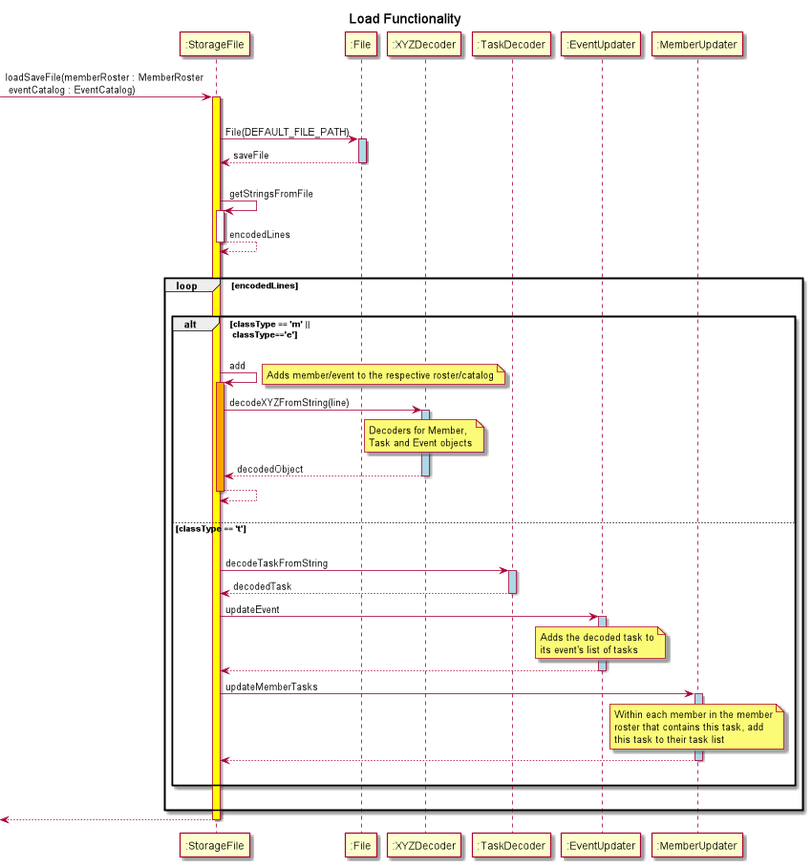
This is docs/images/LoadDiagram.png from nus-cs2113-AY2122S1/tp, a PlantUML export, as it was before one commit. Its diagram source:
```plantuml
@startuml
title Load Functionality

-> ":StorageFile": loadSaveFile(memberRoster : MemberRoster\n eventCatalog : EventCatalog)
activate ":StorageFile" #yellow
|||
":StorageFile" -> ":File" : File(DEFAULT_FILE_PATH)
activate ":File" #lightblue
return saveFile
|||
":StorageFile" -> ":StorageFile" : getStringsFromFile
activate ":StorageFile"
return encodedLines
|||
loop encodedLines
|||
    alt classType == 'm' ||\n classType=='e'
    |||
        ":StorageFile" -> ":StorageFile": add
        note right: Adds member/event to the respective roster/catalog
        activate ":StorageFile" #orange

        ":StorageFile"-> ":XYZDecoder": decodeXYZFromString(line)
        activate ":XYZDecoder" #lightblue
        note over ":XYZDecoder": Decoders for Member,\nTask and Event objects
        return decodedObject

        return
    |||
    else classType == 't'
    |||
        ":StorageFile" -> ":TaskDecoder": decodeTaskFromString
        activate ":TaskDecoder" #lightblue
        return decodedTask

        ":StorageFile" -> ":EventUpdater": updateEvent
        activate ":EventUpdater" #lightblue
        note over ":EventUpdater": Adds the decoded task to\nits event's list of tasks
        return

        ":StorageFile" -> ":MemberUpdater": updateMemberTasks
        activate ":MemberUpdater" #lightblue
        note over ":MemberUpdater": Within each member in the member\nroster that contains this task, add\nthis task to their task list
        return
    |||
    end
    |||
end
return
@enduml
```
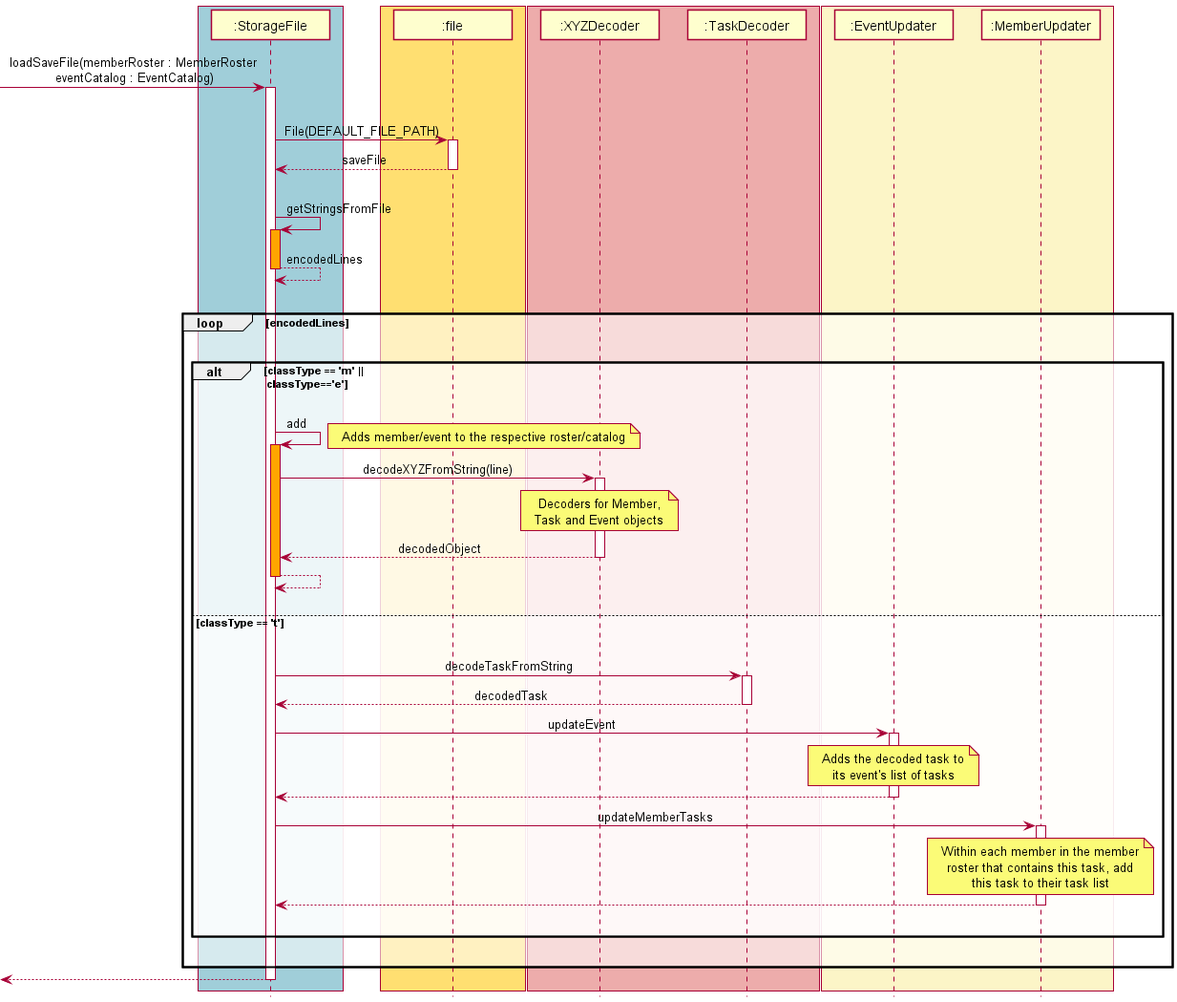
After the change.

What changed in the source:
```diff
@@ -1,46 +1,60 @@
 @startuml
-title Load Functionality
+!include style.puml
+box STORAGE_COLOR
+Participant ":StorageFile" as Storage
+end box
+box FILE_COLOR
+Participant ":file" as File
+end box
+box LOGIC_COLOR
+Participant ":XYZDecoder" as XYZDecoder
+Participant ":TaskDecoder" as TaskDecoder
+end box
+box DUKE_COLOR
+Participant ":EventUpdater" as EventUpdater
+Participant ":MemberUpdater" as MemberUpdater
+end box
 
--> ":StorageFile": loadSaveFile(memberRoster : MemberRoster\n eventCatalog : EventCatalog)
-activate ":StorageFile" #yellow
+-> Storage: loadSaveFile(memberRoster : MemberRoster\n eventCatalog : EventCatalog)
+activate Storage
 |||
-":StorageFile" -> ":File" : File(DEFAULT_FILE_PATH)
-activate ":File" #lightblue
+Storage -> File : File(DEFAULT_FILE_PATH)
+activate File
 return saveFile
 |||
-":StorageFile" -> ":StorageFile" : getStringsFromFile
-activate ":StorageFile"
+Storage -> Storage : getStringsFromFile
+activate Storage #orange
 return encodedLines
 |||
 loop encodedLines
 |||
     alt classType == 'm' ||\n classType=='e'
     |||
-        ":StorageFile" -> ":StorageFile": add
+        Storage -> Storage: add
         note right: Adds member/event to the respective roster/catalog
-        activate ":StorageFile" #orange
+        activate Storage #orange
 
-        ":StorageFile"-> ":XYZDecoder": decodeXYZFromString(line)
-        activate ":XYZDecoder" #lightblue
-        note over ":XYZDecoder": Decoders for Member,\nTask and Event objects
+        Storage-> XYZDecoder: decodeXYZFromString(line)
+        activate XYZDecoder
+        note over XYZDecoder: Decoders for Member,\nTask and Event objects
         return decodedObject
 
         return
     |||
     else classType == 't'
     |||
-        ":StorageFile" -> ":TaskDecoder": decodeTaskFromString
-        activate ":TaskDecoder" #lightblue
+        Storage -> TaskDecoder: decodeTaskFromString
+        activate TaskDecoder
         return decodedTask
 
-        ":StorageFile" -> ":EventUpdater": updateEvent
-        activate ":EventUpdater" #lightblue
-        note over ":EventUpdater": Adds the decoded task to\nits event's list of tasks
+        Storage -> EventUpdater: updateEvent
+        activate EventUpdater
+        note over EventUpdater: Adds the decoded task to\nits event's list of tasks
         return
 
-        ":StorageFile" -> ":MemberUpdater": updateMemberTasks
-        activate ":MemberUpdater" #lightblue
-        note over ":MemberUpdater": Within each member in the member\nroster that contains this task, add\nthis task to their task list
+        Storage -> MemberUpdater: updateMemberTasks
+        activate MemberUpdater
+        note over MemberUpdater: Within each member in the member\nroster that contains this task, add\nthis task to their task list
         return
     |||
     end
```
